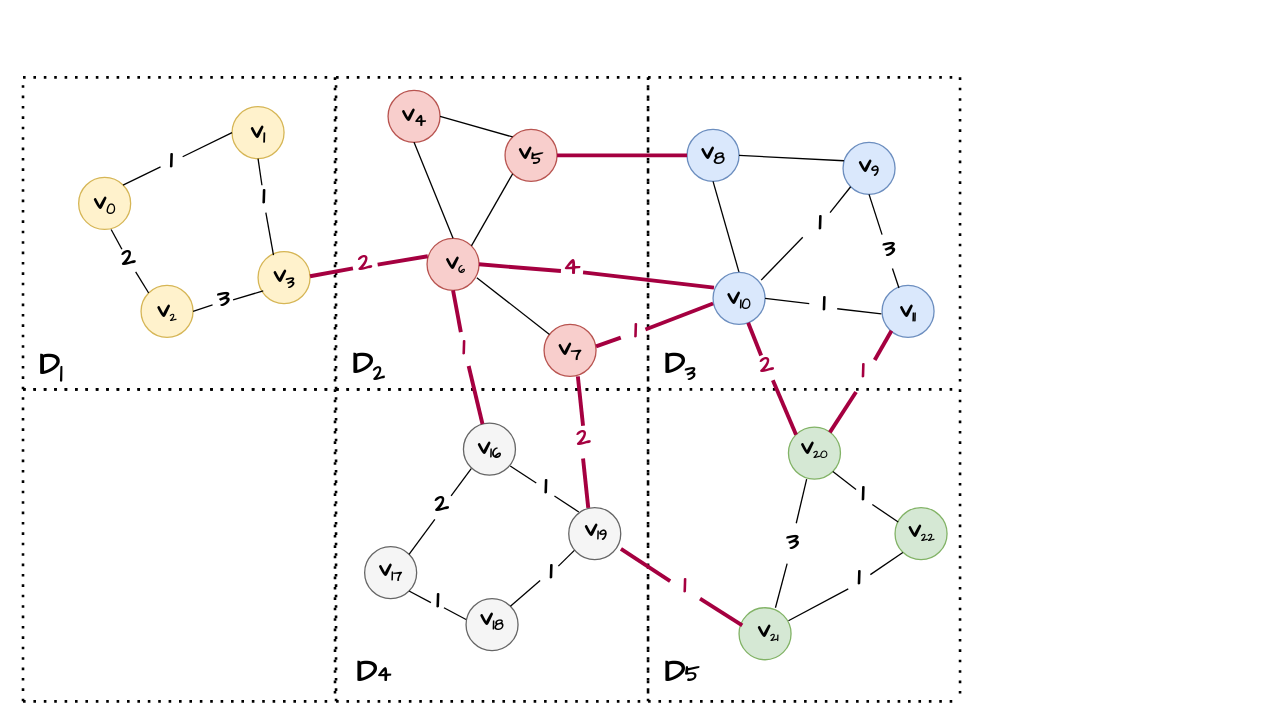
This is 未命名绘图.drawio from coldbubbletea/World-of-Warcraft--Non-graphical-interface-CPP-game, a draw.io file, before an edit. Source tidied: cells renumbered, new cells numbered last; positions are measured from the earlier drawing's top-left corner, leaving out a move shared by most shapes. Both pictures are drawn from the tidied source at 130%, with x=0, y=0 at pixel (22, 77).
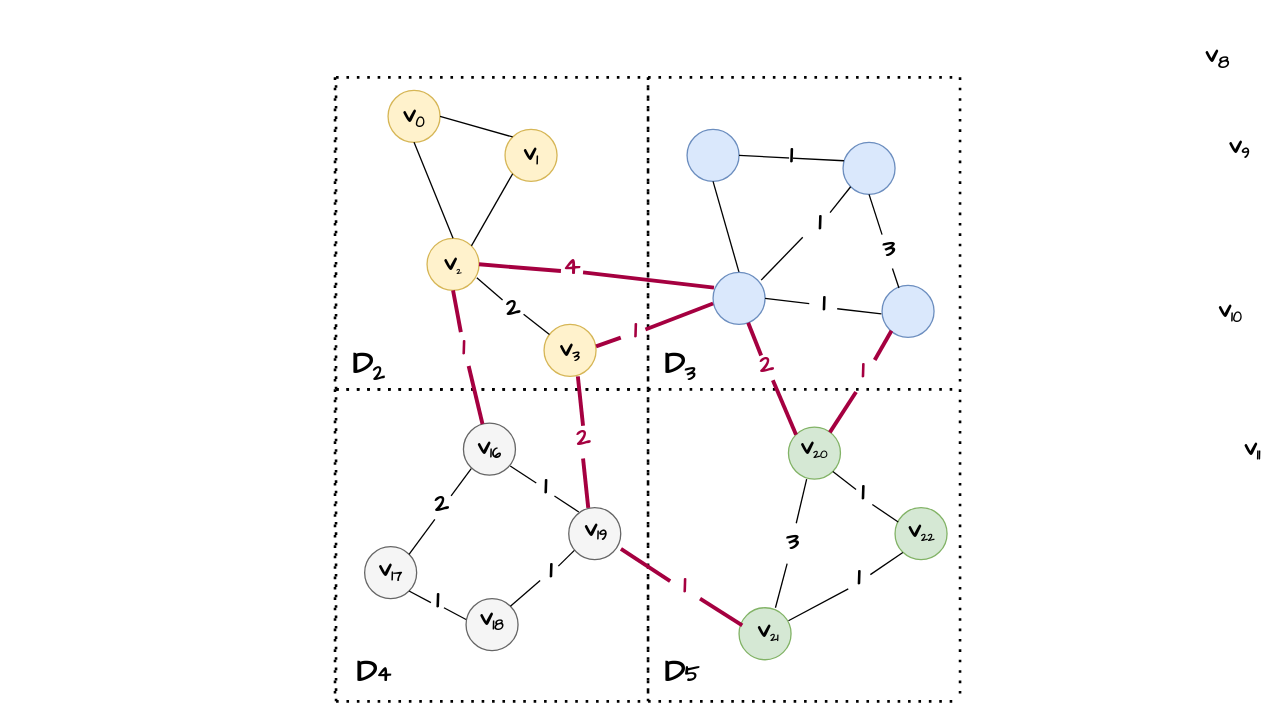
After the change.

Commit message:
更新未命名绘图.drawio

Unchanged cells that the change refers to:
```xml
<mxCell id="6" style="ellipse;whiteSpace=wrap;html=1;fillColor=#dae8fc;strokeColor=#6c8ebf;" parent="1" vertex="1">
  <mxGeometry x="631" y="50" width="40" height="40" as="geometry" />
</mxCell>
<mxCell id="7" style="ellipse;whiteSpace=wrap;html=1;fillColor=#dae8fc;strokeColor=#6c8ebf;" parent="1" vertex="1">
  <mxGeometry x="511" y="40" width="40" height="40" as="geometry" />
</mxCell>
```

Diff of the diagram source:
```diff
@@
-    <mxCell id="2" style="ellipse;whiteSpace=wrap;html=1;fillColor=#fff2cc;strokeColor=#d6b656;" parent="1" vertex="1">
-      <mxGeometry x="91" y="160" width="40" height="40" as="geometry" />
-    </mxCell>
@@
-    <mxCell id="9" style="endArrow=none;html=1;rounded=0;entryX=0.5;entryY=1;entryDx=0;entryDy=0;exitX=0.25;exitY=0;exitDx=0;exitDy=0;exitPerimeter=0;" parent="1" edge="1" target="7">
+    <mxCell id="9" style="endArrow=none;html=1;rounded=0;entryX=0.5;entryY=1;entryDx=0;entryDy=0;exitX=0.25;exitY=0;exitDx=0;exitDy=0;exitPerimeter=0;fillColor=#0050ef;strokeColor=#000000;" parent="1" edge="1" target="7">
       <mxGeometry relative="1" as="geometry">
         <mxPoint x="551" y="150" as="sourcePoint" />
       </mxGeometry>
     </mxCell>
-    <mxCell id="10" style="endArrow=none;html=1;rounded=0;entryX=0.017;entryY=0.354;entryDx=0;entryDy=0;entryPerimeter=0;exitX=1;exitY=0.5;exitDx=0;exitDy=0;" parent="1" edge="1" source="7" target="6">
+    <mxCell id="10" style="endArrow=none;html=1;rounded=0;entryX=0.017;entryY=0.354;entryDx=0;entryDy=0;entryPerimeter=0;exitX=1;exitY=0.5;exitDx=0;exitDy=0;fillColor=#0050ef;strokeColor=#000000;" parent="1" edge="1" source="7" target="6">
       <mxGeometry relative="1" as="geometry" />
     </mxCell>
+    <mxCell id="142" value="1" style="edgeLabel;html=1;align=center;verticalAlign=middle;fontFamily=Comic Sans MS;fontSize=19;fontStyle=1;" parent="10" vertex="1">
+      <mxGeometry x="-0.28" y="-2" relative="1" as="geometry">
+        <mxPoint x="11" y="-3" as="offset" />
+      </mxGeometry>
+    </mxCell>
-    <mxCell id="11" style="ellipse;whiteSpace=wrap;html=1;fillColor=#f8cecc;strokeColor=#b85450;" parent="1" vertex="1">
+    <mxCell id="11" style="ellipse;whiteSpace=wrap;html=1;fillColor=#fff2cc;strokeColor=#d6b656;" parent="1" vertex="1">
       <mxGeometry x="281" y="10" width="40" height="40" as="geometry" />
     </mxCell>
-    <mxCell id="12" style="ellipse;whiteSpace=wrap;html=1;fillColor=#f8cecc;strokeColor=#b85450;" parent="1" vertex="1">
+    <mxCell id="12" style="ellipse;whiteSpace=wrap;html=1;fillColor=#fff2cc;strokeColor=#d6b656;" parent="1" vertex="1">
       <mxGeometry x="311" y="123.8" width="40" height="40" as="geometry" />
     </mxCell>
-    <mxCell id="13" style="ellipse;whiteSpace=wrap;html=1;fillColor=#f8cecc;strokeColor=#b85450;" parent="1" vertex="1">
+    <mxCell id="13" style="ellipse;whiteSpace=wrap;html=1;fillColor=#fff2cc;strokeColor=#d6b656;" parent="1" vertex="1">
       <mxGeometry x="371" y="40" width="40" height="40" as="geometry" />
     </mxCell>
-    <mxCell id="14" style="ellipse;whiteSpace=wrap;html=1;fillColor=#f8cecc;strokeColor=#b85450;" parent="1" vertex="1">
+    <mxCell id="14" style="ellipse;whiteSpace=wrap;html=1;fillColor=#fff2cc;strokeColor=#d6b656;" parent="1" vertex="1">
       <mxGeometry x="401" y="190" width="40" height="40" as="geometry" />
     </mxCell>
@@
-    <mxCell id="17" style="endArrow=none;html=1;rounded=0;entryX=0.957;entryY=0.757;entryDx=0;entryDy=0;entryPerimeter=0;" parent="1" edge="1" source="14" target="12">
+    <mxCell id="17" style="endArrow=none;html=1;rounded=0;entryX=0.957;entryY=0.757;entryDx=0;entryDy=0;entryPerimeter=0;" parent="1" edge="1" source="78" target="12">
       <mxGeometry relative="1" as="geometry" />
     </mxCell>
-    <mxCell id="18" style="endArrow=none;html=1;rounded=0;exitX=1;exitY=0.5;exitDx=0;exitDy=0;entryX=0;entryY=0.5;entryDx=0;entryDy=0;strokeWidth=3;fillColor=#d80073;strokeColor=#A50040;" parent="1" edge="1" source="13" target="7">
-      <mxGeometry relative="1" as="geometry" />
-    </mxCell>
-    <mxCell id="19" style="endArrow=none;html=1;rounded=0;exitX=1;exitY=0;exitDx=0;exitDy=0;entryX=0;entryY=1;entryDx=0;entryDy=0;" parent="1" edge="1" source="12" target="13">
+    <mxCell id="19" style="endArrow=none;html=1;rounded=0;exitX=1;exitY=0;exitDx=0;exitDy=0;entryX=0;entryY=1;entryDx=0;entryDy=0;fillColor=#0050ef;strokeColor=#000000;" parent="1" edge="1" source="12" target="13">
       <mxGeometry relative="1" as="geometry" />
     </mxCell>
-    <mxCell id="20" style="endArrow=none;html=1;rounded=0;entryX=0.5;entryY=0;entryDx=0;entryDy=0;exitX=0.5;exitY=1;exitDx=0;exitDy=0;" parent="1" edge="1" source="11" target="12">
+    <mxCell id="20" style="endArrow=none;html=1;rounded=0;entryX=0.5;entryY=0;entryDx=0;entryDy=0;exitX=0.5;exitY=1;exitDx=0;exitDy=0;fillColor=#0050ef;strokeColor=#000000;" parent="1" edge="1" source="11" target="12">
       <mxGeometry relative="1" as="geometry" />
     </mxCell>
-    <mxCell id="21" style="endArrow=none;html=1;rounded=0;entryX=0;entryY=0;entryDx=0;entryDy=0;exitX=1;exitY=0.5;exitDx=0;exitDy=0;" parent="1" edge="1" source="11" target="13">
+    <mxCell id="21" style="endArrow=none;html=1;rounded=0;entryX=0;entryY=0;entryDx=0;entryDy=0;exitX=1;exitY=0.5;exitDx=0;exitDy=0;fillColor=#0050ef;strokeColor=#000000;" parent="1" edge="1" source="11" target="13">
       <mxGeometry relative="1" as="geometry" />
     </mxCell>
@@
-    <mxCell id="25" value="&lt;h2 style=&quot;&quot;&gt;&lt;font style=&quot;font-size: 19px;&quot;&gt;v&lt;/font&gt;&lt;font style=&quot;font-size: 15.8333px;&quot;&gt;&lt;sub&gt;4&lt;/sub&gt;&lt;/font&gt;&lt;/h2&gt;" style="text;html=1;strokeColor=none;fillColor=none;align=center;verticalAlign=middle;whiteSpace=wrap;rounded=0;fontFamily=Comic Sans MS;" parent="1" vertex="1">
+    <mxCell id="25" value="&lt;h2 style=&quot;&quot;&gt;&lt;font style=&quot;font-size: 19px;&quot;&gt;v&lt;/font&gt;&lt;font style=&quot;font-size: 13.1944px;&quot;&gt;&lt;sub&gt;0&lt;/sub&gt;&lt;/font&gt;&lt;/h2&gt;" style="text;html=1;strokeColor=none;fillColor=none;align=center;verticalAlign=middle;whiteSpace=wrap;rounded=0;fontFamily=Comic Sans MS;" parent="1" vertex="1">
       <mxGeometry x="291" y="21.2" width="20" height="17.5" as="geometry" />
     </mxCell>
@@
-    <mxCell id="37" style="endArrow=none;dashed=1;html=1;dashPattern=1 3;strokeWidth=2;rounded=0;" parent="1" edge="1">
-      <mxGeometry relative="1" as="geometry">
-        <mxPoint x="0.2" y="240" as="sourcePoint" />
-        <mxPoint x="0.2" as="targetPoint" />
-      </mxGeometry>
-    </mxCell>
-    <mxCell id="38" style="endArrow=none;dashed=1;html=1;dashPattern=1 3;strokeWidth=2;rounded=0;" parent="1" edge="1">
-      <mxGeometry relative="1" as="geometry">
-        <mxPoint x="0.2" y="240" as="sourcePoint" />
-        <mxPoint x="240.2" y="240" as="targetPoint" />
-      </mxGeometry>
-    </mxCell>
@@
-    <mxCell id="40" style="endArrow=none;dashed=1;html=1;dashPattern=1 3;strokeWidth=2;rounded=0;" parent="1" edge="1">
-      <mxGeometry relative="1" as="geometry">
-        <mxPoint x="0.2" as="sourcePoint" />
-        <mxPoint x="240.2" as="targetPoint" />
-      </mxGeometry>
-    </mxCell>
-    <mxCell id="41" style="endArrow=none;dashed=1;html=1;dashPattern=1 3;strokeWidth=2;rounded=0;" parent="1" edge="1">
-      <mxGeometry relative="1" as="geometry">
-        <mxPoint x="0.2" y="480" as="sourcePoint" />
-        <mxPoint x="0.2" y="240" as="targetPoint" />
-      </mxGeometry>
-    </mxCell>
-    <mxCell id="42" style="endArrow=none;dashed=1;html=1;dashPattern=1 3;strokeWidth=2;rounded=0;" parent="1" edge="1">
-      <mxGeometry relative="1" as="geometry">
-        <mxPoint x="0.2" y="480" as="sourcePoint" />
-        <mxPoint x="240.2" y="480" as="targetPoint" />
-      </mxGeometry>
-    </mxCell>
@@
-    <mxCell id="44" style="endArrow=none;dashed=1;html=1;dashPattern=1 3;strokeWidth=2;rounded=0;" parent="1" edge="1">
-      <mxGeometry relative="1" as="geometry">
-        <mxPoint x="0.2" y="240" as="sourcePoint" />
-        <mxPoint x="240.2" y="240" as="targetPoint" />
-      </mxGeometry>
-    </mxCell>
-    <mxCell id="45" value="&lt;h2 style=&quot;&quot;&gt;&lt;font face=&quot;Comic Sans MS&quot;&gt;&lt;font style=&quot;font-size: 19px;&quot;&gt;v&lt;/font&gt;&lt;font size=&quot;1&quot; style=&quot;&quot;&gt;&lt;sub&gt;6&lt;/sub&gt;&lt;/font&gt;&lt;/font&gt;&lt;/h2&gt;" style="text;html=1;strokeColor=none;fillColor=none;align=center;verticalAlign=middle;whiteSpace=wrap;rounded=0;" parent="1" vertex="1">
-      <mxGeometry x="323" y="134" width="20" height="17.5" as="geometry" />
+    <mxCell id="45" value="&lt;h2 style=&quot;&quot;&gt;&lt;font face=&quot;Comic Sans MS&quot;&gt;&lt;font style=&quot;font-size: 19px;&quot;&gt;v&lt;/font&gt;&lt;font style=&quot;font-size: 8.33333px;&quot;&gt;&lt;sub&gt;2&lt;/sub&gt;&lt;/font&gt;&lt;/font&gt;&lt;/h2&gt;" style="text;html=1;strokeColor=none;fillColor=none;align=center;verticalAlign=middle;whiteSpace=wrap;rounded=0;" parent="1" vertex="1">
+      <mxGeometry x="321" y="135" width="20" height="17.5" as="geometry" />
     </mxCell>
-    <mxCell id="46" value="&lt;h2 style=&quot;&quot;&gt;&lt;font face=&quot;comic sans ms&quot; style=&quot;font-size: 19px;&quot;&gt;v&lt;/font&gt;&lt;font face=&quot;comic sans ms&quot; style=&quot;font-size: 15.8333px;&quot;&gt;&lt;sub&gt;7&lt;/sub&gt;&lt;/font&gt;&lt;/h2&gt;" style="text;html=1;strokeColor=none;fillColor=none;align=center;verticalAlign=middle;whiteSpace=wrap;rounded=0;" parent="1" vertex="1">
+    <mxCell id="46" value="&lt;h2 style=&quot;&quot;&gt;&lt;font face=&quot;comic sans ms&quot; style=&quot;font-size: 19px;&quot;&gt;v&lt;/font&gt;&lt;font face=&quot;comic sans ms&quot; style=&quot;font-size: 13.1944px;&quot;&gt;&lt;sub&gt;3&lt;/sub&gt;&lt;/font&gt;&lt;/h2&gt;" style="text;html=1;strokeColor=none;fillColor=none;align=center;verticalAlign=middle;whiteSpace=wrap;rounded=0;" parent="1" vertex="1">
       <mxGeometry x="411" y="201.2" width="20" height="17.5" as="geometry" />
     </mxCell>
-    <mxCell id="47" style="ellipse;whiteSpace=wrap;html=1;fillColor=#fff2cc;strokeColor=#d6b656;" parent="1" vertex="1">
-      <mxGeometry x="43" y="77" width="40" height="40" as="geometry" />
-    </mxCell>
-    <mxCell id="48" style="ellipse;whiteSpace=wrap;html=1;fillColor=#fff2cc;strokeColor=#d6b656;" parent="1" vertex="1">
-      <mxGeometry x="161" y="22.5" width="40" height="40" as="geometry" />
-    </mxCell>
-    <mxCell id="49" style="ellipse;whiteSpace=wrap;html=1;fillColor=#fff2cc;strokeColor=#d6b656;" parent="1" vertex="1">
-      <mxGeometry x="181" y="134" width="40" height="40" as="geometry" />
-    </mxCell>
-    <mxCell id="50" style="endArrow=none;html=1;rounded=0;entryX=0.625;entryY=1;entryDx=0;entryDy=0;entryPerimeter=0;exitX=0.193;exitY=-0.016;exitDx=0;exitDy=0;exitPerimeter=0;" parent="1" edge="1" source="78" target="47">
-      <mxGeometry relative="1" as="geometry" />
-    </mxCell>
-    <mxCell id="51" style="endArrow=none;html=1;rounded=0;exitX=1;exitY=0;exitDx=0;exitDy=0;entryX=0;entryY=0.75;entryDx=0;entryDy=0;" parent="1" edge="1" source="47" target="71">
-      <mxGeometry relative="1" as="geometry" />
-    </mxCell>
-    <mxCell id="52" value="&lt;h2 style=&quot;&quot;&gt;&lt;font face=&quot;comic sans ms&quot; style=&quot;font-size: 19px;&quot;&gt;v&lt;/font&gt;&lt;font face=&quot;comic sans ms&quot; style=&quot;font-size: 13.1944px;&quot;&gt;&lt;sub&gt;0&lt;/sub&gt;&lt;/font&gt;&lt;/h2&gt;" style="text;html=1;strokeColor=none;fillColor=none;align=center;verticalAlign=middle;whiteSpace=wrap;rounded=0;" parent="1" vertex="1">
-      <mxGeometry x="53" y="88.2" width="20" height="17.5" as="geometry" />
-    </mxCell>
-    <mxCell id="53" value="&lt;h2 style=&quot;&quot;&gt;&lt;font face=&quot;Comic Sans MS&quot;&gt;&lt;font style=&quot;font-size: 19px;&quot;&gt;v&lt;/font&gt;&lt;font style=&quot;font-size: 10.9953px;&quot;&gt;&lt;sub style=&quot;&quot;&gt;2&lt;/sub&gt;&lt;/font&gt;&lt;/font&gt;&lt;/h2&gt;" style="text;html=1;strokeColor=none;fillColor=none;align=center;verticalAlign=middle;whiteSpace=wrap;rounded=0;" parent="1" vertex="1">
-      <mxGeometry x="101" y="171.2" width="20" height="17.5" as="geometry" />
-    </mxCell>
-    <mxCell id="54" value="&lt;h2 style=&quot;&quot;&gt;&lt;font style=&quot;font-size: 19px;&quot;&gt;v&lt;/font&gt;&lt;font style=&quot;font-size: 15.8333px;&quot;&gt;&lt;sub&gt;1&lt;/sub&gt;&lt;/font&gt;&lt;/h2&gt;" style="text;html=1;strokeColor=none;fillColor=none;align=center;verticalAlign=middle;whiteSpace=wrap;rounded=0;fontFamily=Comic Sans MS;" parent="1" vertex="1">
-      <mxGeometry x="171" y="33.8" width="20" height="17.5" as="geometry" />
-    </mxCell>
-    <mxCell id="55" value="&lt;h1&gt;&lt;font face=&quot;Comic Sans MS&quot;&gt;D&lt;sub&gt;1&lt;/sub&gt;&lt;/font&gt;&lt;/h1&gt;&lt;p&gt;&lt;br&gt;&lt;/p&gt;" style="text;html=1;strokeColor=none;fillColor=none;spacing=5;spacingTop=-20;whiteSpace=wrap;overflow=hidden;rounded=0;" parent="1" vertex="1">
-      <mxGeometry x="8" y="201.2" width="49" height="44" as="geometry" />
-    </mxCell>
@@
-    <mxCell id="61" style="endArrow=none;html=1;rounded=0;exitX=1;exitY=0.5;exitDx=0;exitDy=0;strokeWidth=3;fillColor=#d80073;strokeColor=#A50040;" parent="1" edge="1">
-      <mxGeometry relative="1" as="geometry">
-        <mxPoint x="221" y="153" as="sourcePoint" />
-        <mxPoint x="254" y="147" as="targetPoint" />
-      </mxGeometry>
-    </mxCell>
-    <mxCell id="62" style="endArrow=none;html=1;rounded=0;entryX=0.5;entryY=1;entryDx=0;entryDy=0;" parent="1" edge="1" target="48">
-      <mxGeometry relative="1" as="geometry">
-        <mxPoint x="184" y="83" as="sourcePoint" />
-      </mxGeometry>
-    </mxCell>
-    <mxCell id="63" value="&lt;h2 style=&quot;&quot;&gt;&lt;font face=&quot;Comic Sans MS&quot;&gt;&lt;font style=&quot;font-size: 19px;&quot;&gt;v&lt;/font&gt;&lt;font style=&quot;font-size: 15.8333px;&quot;&gt;&lt;sub style=&quot;&quot;&gt;3&lt;/sub&gt;&lt;/font&gt;&lt;/font&gt;&lt;/h2&gt;" style="text;html=1;strokeColor=none;fillColor=none;align=center;verticalAlign=middle;whiteSpace=wrap;rounded=0;" parent="1" vertex="1">
-      <mxGeometry x="198" y="149.6" width="6" height="8.8" as="geometry" />
-    </mxCell>
-    <mxCell id="64" style="endArrow=none;html=1;rounded=0;exitX=1;exitY=0.5;exitDx=0;exitDy=0;" parent="1" edge="1" source="2">
-      <mxGeometry relative="1" as="geometry">
-        <mxPoint x="146" y="175" as="targetPoint" />
-      </mxGeometry>
-    </mxCell>
-    <mxCell id="65" value="&lt;h2 style=&quot;&quot;&gt;&lt;font style=&quot;font-size: 19px;&quot;&gt;v&lt;/font&gt;&lt;font style=&quot;font-size: 15.8333px;&quot;&gt;&lt;sub&gt;5&lt;/sub&gt;&lt;/font&gt;&lt;/h2&gt;" style="text;html=1;strokeColor=none;fillColor=none;align=center;verticalAlign=middle;whiteSpace=wrap;rounded=0;fontFamily=Comic Sans MS;" parent="1" vertex="1">
+    <mxCell id="65" value="&lt;h2 style=&quot;&quot;&gt;&lt;font style=&quot;font-size: 19px;&quot;&gt;v&lt;/font&gt;&lt;font style=&quot;font-size: 13.1944px;&quot;&gt;&lt;sub&gt;1&lt;/sub&gt;&lt;/font&gt;&lt;/h2&gt;" style="text;html=1;strokeColor=none;fillColor=none;align=center;verticalAlign=middle;whiteSpace=wrap;rounded=0;fontFamily=Comic Sans MS;" parent="1" vertex="1">
       <mxGeometry x="381" y="50" width="20" height="17.5" as="geometry" />
     </mxCell>
@@
-    <mxCell id="71" value="&lt;font size=&quot;1&quot; face=&quot;Comic Sans MS&quot;&gt;&lt;b style=&quot;font-size: 19px;&quot;&gt;1&lt;/b&gt;&lt;/font&gt;" style="text;html=1;strokeColor=none;fillColor=none;align=center;verticalAlign=middle;whiteSpace=wrap;rounded=0;" parent="1" vertex="1">
-      <mxGeometry x="106" y="58" width="17" height="14.5" as="geometry" />
-    </mxCell>
-    <mxCell id="72" style="endArrow=none;html=1;rounded=0;entryX=0;entryY=0.5;entryDx=0;entryDy=0;" parent="1" edge="1" source="71" target="48">
-      <mxGeometry relative="1" as="geometry" />
-    </mxCell>
@@
-    <mxCell id="78" value="&lt;font size=&quot;1&quot; face=&quot;Comic Sans MS&quot;&gt;&lt;b style=&quot;font-size: 19px;&quot;&gt;2&lt;/b&gt;&lt;/font&gt;" style="text;html=1;strokeColor=none;fillColor=none;align=center;verticalAlign=middle;whiteSpace=wrap;rounded=0;" parent="1" vertex="1">
-      <mxGeometry x="73" y="132.5" width="17" height="14.5" as="geometry" />
-    </mxCell>
-    <mxCell id="79" style="endArrow=none;html=1;rounded=0;exitX=0.815;exitY=1.183;exitDx=0;exitDy=0;entryX=0;entryY=0;entryDx=0;entryDy=0;exitPerimeter=0;" parent="1" edge="1" source="78" target="2">
-      <mxGeometry relative="1" as="geometry" />
-    </mxCell>
     <mxCell id="80" value="&lt;h2 style=&quot;&quot;&gt;&lt;font style=&quot;font-size: 19px;&quot;&gt;v&lt;/font&gt;&lt;font style=&quot;font-size: 15.8333px;&quot;&gt;&lt;sub&gt;8&lt;/sub&gt;&lt;/font&gt;&lt;/h2&gt;" style="text;html=1;strokeColor=none;fillColor=none;align=center;verticalAlign=middle;whiteSpace=wrap;rounded=0;fontFamily=Comic Sans MS;" parent="1" vertex="1">
-      <mxGeometry x="521" y="50" width="20" height="17.5" as="geometry" />
+      <mxGeometry x="909.2" y="-24" width="20" height="17.5" as="geometry" />
     </mxCell>
     <mxCell id="81" value="&lt;h2 style=&quot;&quot;&gt;&lt;font style=&quot;font-size: 19px;&quot;&gt;v&lt;/font&gt;&lt;font style=&quot;font-size: 13.1944px;&quot;&gt;&lt;sub&gt;9&lt;/sub&gt;&lt;/font&gt;&lt;/h2&gt;" style="text;html=1;strokeColor=none;fillColor=none;align=center;verticalAlign=middle;whiteSpace=wrap;rounded=0;fontFamily=Comic Sans MS;" parent="1" vertex="1">
-      <mxGeometry x="641" y="59.5" width="20" height="17.5" as="geometry" />
+      <mxGeometry x="926.2" y="45" width="20" height="17.5" as="geometry" />
     </mxCell>
     <mxCell id="82" value="&lt;h2 style=&quot;&quot;&gt;&lt;font style=&quot;font-size: 19px;&quot;&gt;v&lt;/font&gt;&lt;font style=&quot;font-size: 13.1944px;&quot;&gt;&lt;sub&gt;10&lt;/sub&gt;&lt;/font&gt;&lt;/h2&gt;" style="text;html=1;strokeColor=none;fillColor=none;align=center;verticalAlign=middle;whiteSpace=wrap;rounded=0;fontFamily=Comic Sans MS;" parent="1" vertex="1">
-      <mxGeometry x="541" y="161.2" width="20" height="17.5" as="geometry" />
+      <mxGeometry x="919.2" y="171.2" width="20" height="17.5" as="geometry" />
     </mxCell>
     <mxCell id="83" value="&lt;h2 style=&quot;&quot;&gt;&lt;font style=&quot;font-size: 19px;&quot;&gt;v&lt;/font&gt;&lt;font style=&quot;font-size: 13.1944px;&quot;&gt;&lt;sub&gt;11&lt;/sub&gt;&lt;/font&gt;&lt;/h2&gt;" style="text;html=1;strokeColor=none;fillColor=none;align=center;verticalAlign=middle;whiteSpace=wrap;rounded=0;fontFamily=Comic Sans MS;" parent="1" vertex="1">
-      <mxGeometry x="671" y="171.2" width="20" height="17.5" as="geometry" />
+      <mxGeometry x="936.2" y="277.2" width="20" height="17.5" as="geometry" />
     </mxCell>
@@
-    <mxCell id="88" value="&lt;font size=&quot;1&quot; face=&quot;Comic Sans MS&quot;&gt;&lt;b style=&quot;font-size: 19px;&quot;&gt;1&lt;/b&gt;&lt;/font&gt;" style="text;html=1;strokeColor=none;fillColor=none;align=center;verticalAlign=middle;whiteSpace=wrap;rounded=0;" parent="1" vertex="1">
-      <mxGeometry x="177" y="86" width="17" height="14.5" as="geometry" />
-    </mxCell>
-    <mxCell id="89" style="endArrow=none;html=1;rounded=0;exitX=0.297;exitY=0.069;exitDx=0;exitDy=0;exitPerimeter=0;" parent="1" edge="1" source="49">
-      <mxGeometry relative="1" as="geometry">
-        <mxPoint x="187" y="104" as="targetPoint" />
-      </mxGeometry>
-    </mxCell>
-    <mxCell id="90" value="&lt;font size=&quot;1&quot; face=&quot;Comic Sans MS&quot;&gt;&lt;b style=&quot;font-size: 19px;&quot;&gt;3&lt;/b&gt;&lt;/font&gt;" style="text;html=1;strokeColor=none;fillColor=none;align=center;verticalAlign=middle;whiteSpace=wrap;rounded=0;" parent="1" vertex="1">
-      <mxGeometry x="146" y="164.2" width="17" height="14.5" as="geometry" />
-    </mxCell>
-    <mxCell id="91" style="endArrow=none;html=1;rounded=0;exitX=0.928;exitY=0.481;exitDx=0;exitDy=0;exitPerimeter=0;" parent="1" edge="1" source="90">
-      <mxGeometry relative="1" as="geometry">
-        <mxPoint x="185" y="164.2" as="targetPoint" />
-      </mxGeometry>
-    </mxCell>
@@
-    <mxCell id="106" value="&lt;font color=&quot;#a50040&quot; style=&quot;font-size: 19px;&quot; face=&quot;Comic Sans MS&quot;&gt;&lt;b&gt;2&lt;/b&gt;&lt;/font&gt;" style="text;html=1;strokeColor=none;fillColor=none;align=center;verticalAlign=middle;whiteSpace=wrap;rounded=0;" parent="1" vertex="1">
-      <mxGeometry x="252" y="134.8" width="23" height="18" as="geometry" />
-    </mxCell>
@@
-    <mxCell id="141" style="endArrow=none;html=1;rounded=0;exitX=1;exitY=0.5;exitDx=0;exitDy=0;strokeWidth=3;fillColor=#d80073;strokeColor=#A50040;entryX=0.014;entryY=0.345;entryDx=0;entryDy=0;entryPerimeter=0;" parent="1" edge="1" target="12">
-      <mxGeometry relative="1" as="geometry">
-        <mxPoint x="273" y="144" as="sourcePoint" />
-      </mxGeometry>
-    </mxCell>
+    <mxCell id="143" style="endArrow=none;html=1;rounded=0;entryX=0.957;entryY=0.757;entryDx=0;entryDy=0;entryPerimeter=0;" parent="1" edge="1" source="14" target="78">
+      <mxGeometry relative="1" as="geometry" />
+    </mxCell>
+    <mxCell id="78" value="&lt;font size=&quot;1&quot; face=&quot;Comic Sans MS&quot;&gt;&lt;b style=&quot;font-size: 19px;&quot;&gt;2&lt;/b&gt;&lt;/font&gt;" style="text;html=1;strokeColor=none;fillColor=none;align=center;verticalAlign=middle;whiteSpace=wrap;rounded=0;" parent="1" vertex="1">
+      <mxGeometry x="369" y="171.2" width="17" height="14.5" as="geometry" />
+    </mxCell>
```
